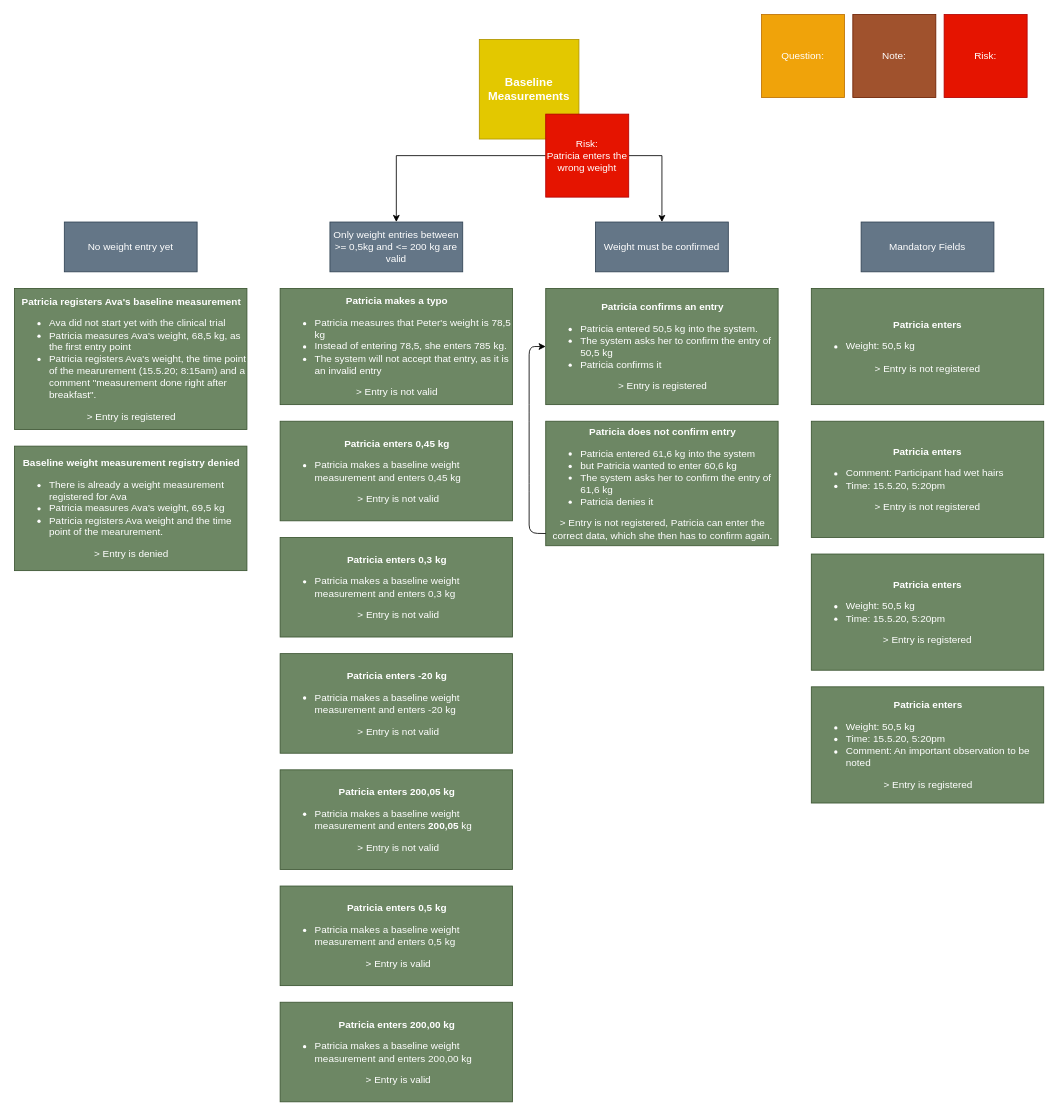
Earlier version of the draw.io diagram jba-oq-documents/ExampleMap_bddoq-26.drawio (sableu/BDD4OQ). Source tidied: cells renumbered, new cells numbered last; positions are measured from the earlier drawing's top-left corner, leaving out a move shared by most shapes. Both pictures are drawn from the tidied source at 83%, with x=0, y=0 at pixel (14, 14).
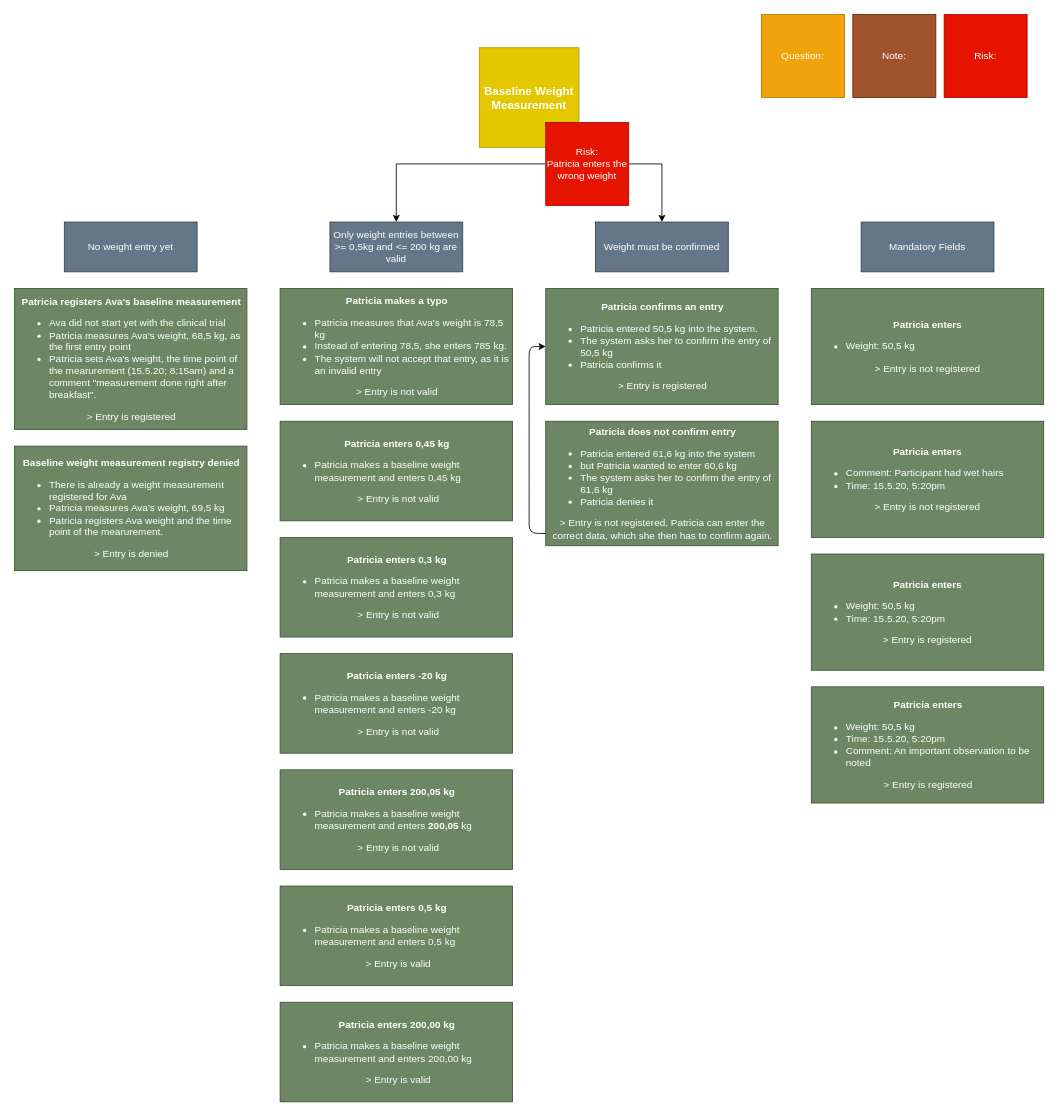
Above is the later version.

What changed in the source:
```diff
@@
-    <mxCell id="2" value="&lt;span style=&quot;font-size: 14px&quot;&gt;&lt;b&gt;Baseline Measurements&lt;/b&gt;&lt;/span&gt;" style="whiteSpace=wrap;html=1;fillColor=#e3c800;strokeColor=#B09500;fontColor=#ffffff;" parent="1" vertex="1">
-      <mxGeometry x="560" y="30" width="120" height="120" as="geometry" />
+    <mxCell id="2" value="&lt;span style=&quot;font-size: 14px&quot;&gt;&lt;b&gt;Baseline Weight Measurement&lt;/b&gt;&lt;/span&gt;" style="whiteSpace=wrap;html=1;fillColor=#e3c800;strokeColor=#B09500;fontColor=#ffffff;" parent="1" vertex="1">
+      <mxGeometry x="560" y="40" width="120" height="120" as="geometry" />
     </mxCell>
-    <mxCell id="3" value="&lt;div style=&quot;text-align: center&quot;&gt;&lt;span&gt;&lt;b&gt;Patricia registers Ava's baseline measurement&lt;/b&gt;&lt;/span&gt;&lt;/div&gt;&lt;ul&gt;&lt;li&gt;Ava did not start yet with the clinical trial&lt;/li&gt;&lt;li&gt;Patricia measures Ava's weight, 68,5 kg, as the first entry point&lt;/li&gt;&lt;li&gt;Patricia registers Ava's weight, the time point of the mearurement (15.5.20; 8:15am) and a comment &quot;measurement done right after breakfast&quot;.&lt;br&gt;&lt;/li&gt;&lt;/ul&gt;&lt;div style=&quot;text-align: center&quot;&gt;&amp;gt; Entry is registered&lt;/div&gt;" style="rounded=0;whiteSpace=wrap;html=1;align=left;fillColor=#6d8764;strokeColor=#3A5431;fontColor=#ffffff;" parent="1" vertex="1">
+    <mxCell id="3" value="&lt;div style=&quot;text-align: center&quot;&gt;&lt;span&gt;&lt;b&gt;Patricia registers Ava's baseline measurement&lt;/b&gt;&lt;/span&gt;&lt;/div&gt;&lt;ul&gt;&lt;li&gt;Ava did not start yet with the clinical trial&lt;/li&gt;&lt;li&gt;Patricia measures Ava's weight, 68,5 kg, as the first entry point&lt;/li&gt;&lt;li&gt;Patricia sets Ava's weight, the time point of the mearurement (15.5.20; 8:15am) and a comment &quot;measurement done right after breakfast&quot;.&lt;br&gt;&lt;/li&gt;&lt;/ul&gt;&lt;div style=&quot;text-align: center&quot;&gt;&amp;gt; Entry is registered&lt;/div&gt;" style="rounded=0;whiteSpace=wrap;html=1;align=left;fillColor=#6d8764;strokeColor=#3A5431;fontColor=#ffffff;" parent="1" vertex="1">
       <mxGeometry y="330" width="280" height="170" as="geometry" />
     </mxCell>
@@
-    <mxCell id="5" value="&lt;div style=&quot;text-align: center&quot;&gt;&lt;span&gt;&lt;b&gt;Patricia makes a typo&lt;/b&gt;&lt;/span&gt;&lt;/div&gt;&lt;ul&gt;&lt;li&gt;Patricia measures that Peter's weight is 78,5 kg&lt;/li&gt;&lt;li&gt;Instead of entering 78,5, she enters 785 kg.&lt;/li&gt;&lt;li&gt;The system will not accept that entry, as it is an invalid entry&lt;/li&gt;&lt;/ul&gt;&lt;div style=&quot;text-align: center&quot;&gt;&amp;gt; Entry is not valid&lt;/div&gt;" style="rounded=0;whiteSpace=wrap;html=1;align=left;fillColor=#6d8764;strokeColor=#3A5431;fontColor=#ffffff;" parent="1" vertex="1">
+    <mxCell id="5" value="&lt;div style=&quot;text-align: center&quot;&gt;&lt;span&gt;&lt;b&gt;Patricia makes a typo&lt;/b&gt;&lt;/span&gt;&lt;/div&gt;&lt;ul&gt;&lt;li&gt;Patricia measures that Ava's weight is 78,5 kg&lt;/li&gt;&lt;li&gt;Instead of entering 78,5, she enters 785 kg.&lt;/li&gt;&lt;li&gt;The system will not accept that entry, as it is an invalid entry&lt;/li&gt;&lt;/ul&gt;&lt;div style=&quot;text-align: center&quot;&gt;&amp;gt; Entry is not valid&lt;/div&gt;" style="rounded=0;whiteSpace=wrap;html=1;align=left;fillColor=#6d8764;strokeColor=#3A5431;fontColor=#ffffff;" parent="1" vertex="1">
       <mxGeometry x="320" y="330" width="280" height="140" as="geometry" />
     </mxCell>
@@
     <mxCell id="14" value="Risk:&lt;br&gt;Patricia enters the wrong weight" style="whiteSpace=wrap;html=1;fillColor=#e51400;strokeColor=#B20000;fontColor=#ffffff;" parent="1" vertex="1">
-      <mxGeometry x="640" y="120" width="100" height="100" as="geometry" />
+      <mxGeometry x="640" y="130" width="100" height="100" as="geometry" />
     </mxCell>
```
